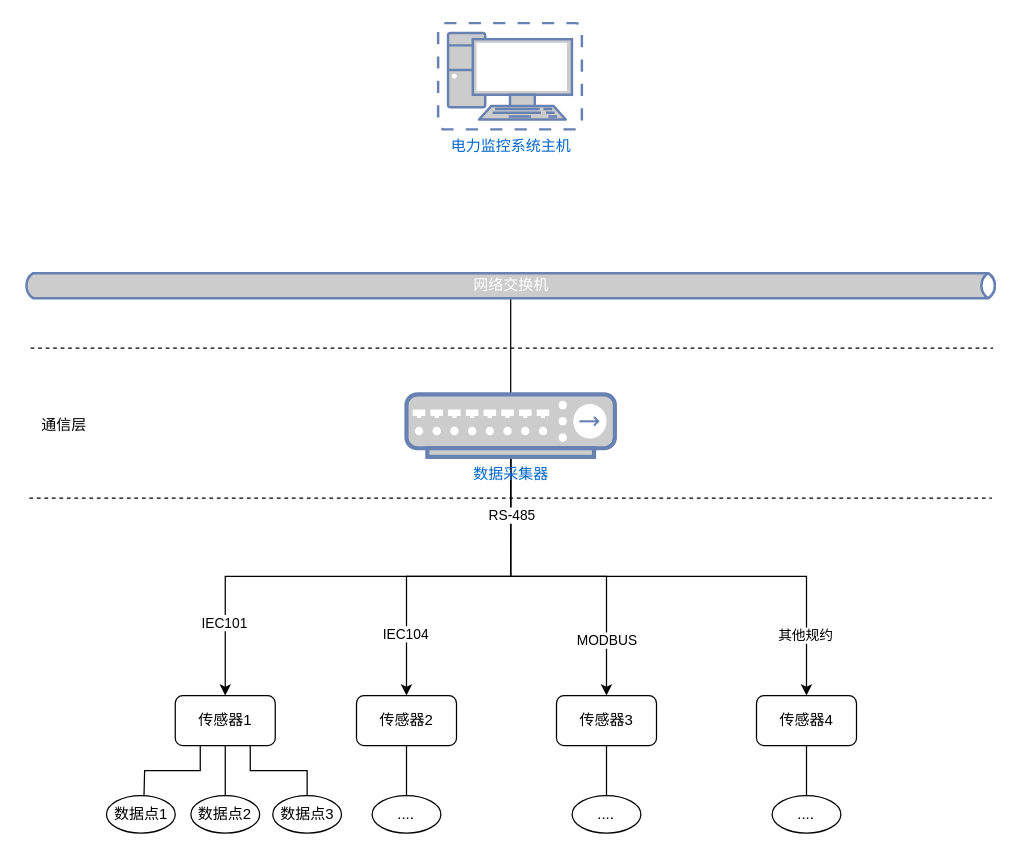
The draw.io diagram 上海金桥项目数据采集和平台通讯图.drawio in wangyufei0807/draw, before the edit. Source tidied: cells renumbered, new cells numbered last; positions are measured from the earlier drawing's top-left corner, leaving out a move shared by most shapes. Both pictures are drawn from the tidied source at 125%, with x=0, y=0 at pixel (22, 22).
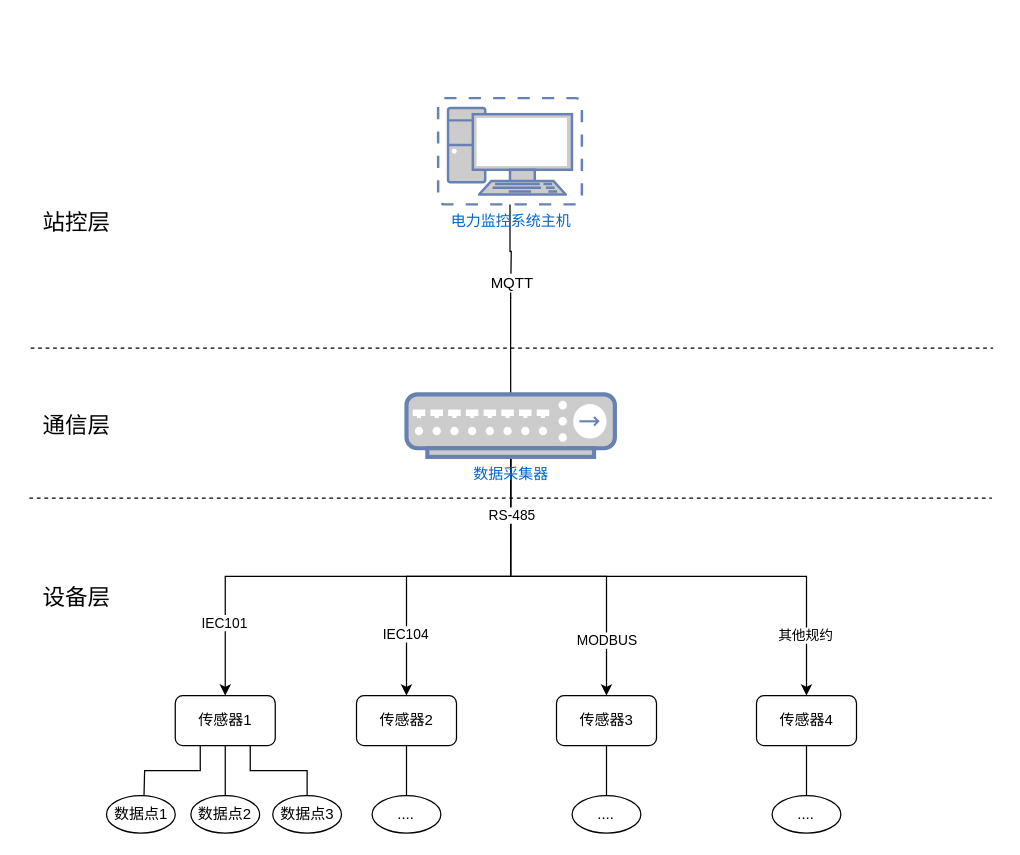
Above is the later version.

Commit message (it also covers changes not shown here):
更新上海金桥项目数据采集和平台通讯图.drawio

Unchanged cells that the change refers to:
```xml
<mxCell id="11" value="数据采集器" style="fontColor=#0066CC;verticalAlign=top;verticalLabelPosition=bottom;labelPosition=center;align=center;html=1;outlineConnect=0;fillColor=#CCCCCC;strokeColor=#6881B3;gradientColor=none;gradientDirection=north;strokeWidth=2;shape=mxgraph.networks.hub;" parent="1" vertex="1">
  <mxGeometry x="306.7" y="297" width="166.7" height="50" as="geometry" />
</mxCell>
```

The edit, as a diff of the source:
```diff
@@
-    <mxCell id="10" style="edgeStyle=orthogonalEdgeStyle;rounded=0;jettySize=auto;html=1;exitX=0.5;exitY=0;exitDx=0;exitDy=0;exitPerimeter=0;endArrow=none;endFill=0;" parent="1" edge="1" source="11" target="29">
-      <mxGeometry relative="1" as="geometry" />
+    <mxCell id="10" style="edgeStyle=orthogonalEdgeStyle;rounded=0;jettySize=auto;html=1;exitX=0.5;exitY=0;exitDx=0;exitDy=0;exitPerimeter=0;endArrow=none;endFill=0;" parent="1" edge="1" source="11">
+      <mxGeometry relative="1" as="geometry">
+        <mxPoint x="390" y="219" as="targetPoint" />
+      </mxGeometry>
     </mxCell>
@@
-    <mxCell id="29" value="网络交换机" style="html=1;outlineConnect=0;fillColor=#CCCCCC;strokeColor=#6881B3;gradientColor=none;gradientDirection=north;strokeWidth=2;shape=mxgraph.networks.bus;gradientColor=none;gradientDirection=north;fontColor=#ffffff;perimeter=backbonePerimeter;backboneSize=20;" parent="1" vertex="1">
-      <mxGeometry y="200" width="780" height="20" as="geometry" />
-    </mxCell>
+    <mxCell id="34" style="edgeStyle=orthogonalEdgeStyle;rounded=0;jettySize=auto;html=1;endArrow=none;endFill=0;fontSize=18;" parent="1" edge="1" target="30">
+      <mxGeometry relative="1" as="geometry">
+        <mxPoint x="390" y="220" as="sourcePoint" />
+      </mxGeometry>
+    </mxCell>
+    <mxCell id="35" value="MQTT" style="edgeLabel;html=1;align=center;verticalAlign=middle;fontSize=12;" parent="34" vertex="1">
+      <mxGeometry x="-0.05" y="-1" relative="1" as="geometry">
+        <mxPoint x="-1" y="23" as="offset" />
+      </mxGeometry>
+    </mxCell>
     <mxCell id="30" value="电力监控系统主机" style="fontColor=#0066CC;verticalAlign=top;verticalLabelPosition=bottom;labelPosition=center;align=center;html=1;outlineConnect=0;fillColor=#CCCCCC;strokeColor=#6881B3;gradientColor=none;gradientDirection=north;strokeWidth=2;shape=mxgraph.networks.virtual_pc;" parent="1" vertex="1">
-      <mxGeometry x="332" width="115" height="85" as="geometry" />
+      <mxGeometry x="332" y="60" width="115" height="85" as="geometry" />
     </mxCell>
@@
-    <mxCell id="33" value="通信层" style="text;html=1;strokeColor=none;fillColor=none;align=center;verticalAlign=middle;whiteSpace=wrap;rounded=0;" parent="1" vertex="1">
-      <mxGeometry y="312" width="66" height="20" as="geometry" />
+    <mxCell id="33" value="通信层" style="text;html=1;strokeColor=none;fillColor=none;align=center;verticalAlign=middle;whiteSpace=wrap;rounded=0;fontSize=18;" parent="1" vertex="1">
+      <mxGeometry x="10" y="312" width="66" height="20" as="geometry" />
     </mxCell>
+    <mxCell id="36" value="设备层" style="text;html=1;strokeColor=none;fillColor=none;align=center;verticalAlign=middle;whiteSpace=wrap;rounded=0;fontSize=18;" parent="1" vertex="1">
+      <mxGeometry x="10" y="450" width="66" height="20" as="geometry" />
+    </mxCell>
+    <mxCell id="37" value="站控层" style="text;html=1;strokeColor=none;fillColor=none;align=center;verticalAlign=middle;whiteSpace=wrap;rounded=0;fontSize=18;" parent="1" vertex="1">
+      <mxGeometry x="12" y="150" width="62" height="20" as="geometry" />
+    </mxCell>
```
